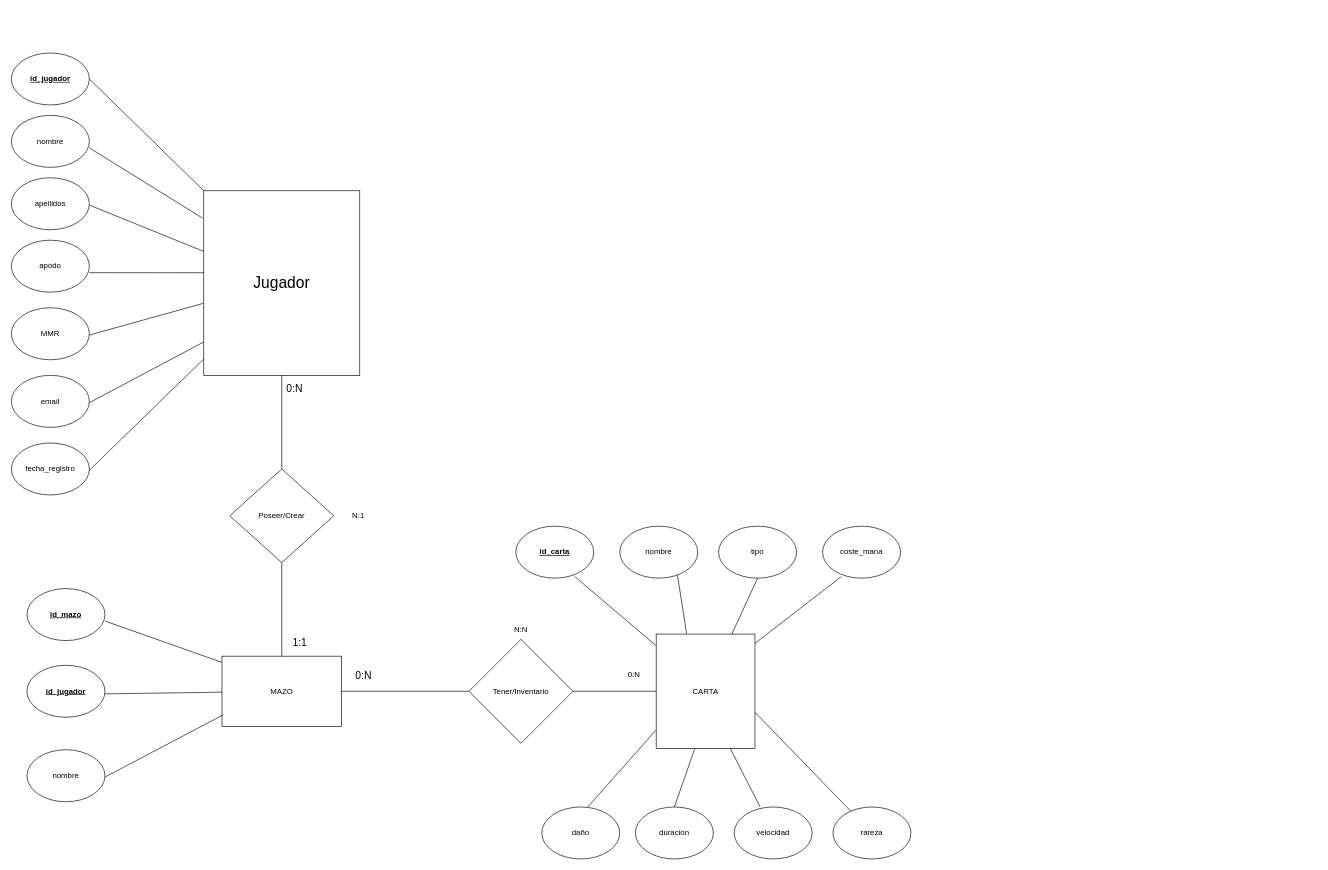
Earlier version of the draw.io diagram BD/EntidadRelacion/DiagramaProyecto.drawio (TheAnzony/ProyectoCartas). Source tidied: cells renumbered, new cells numbered last; positions are measured from the earlier drawing's top-left corner, leaving out a move shared by most shapes. Both pictures are drawn from the tidied source at 65%, with x=0, y=0 at pixel (11, 53).
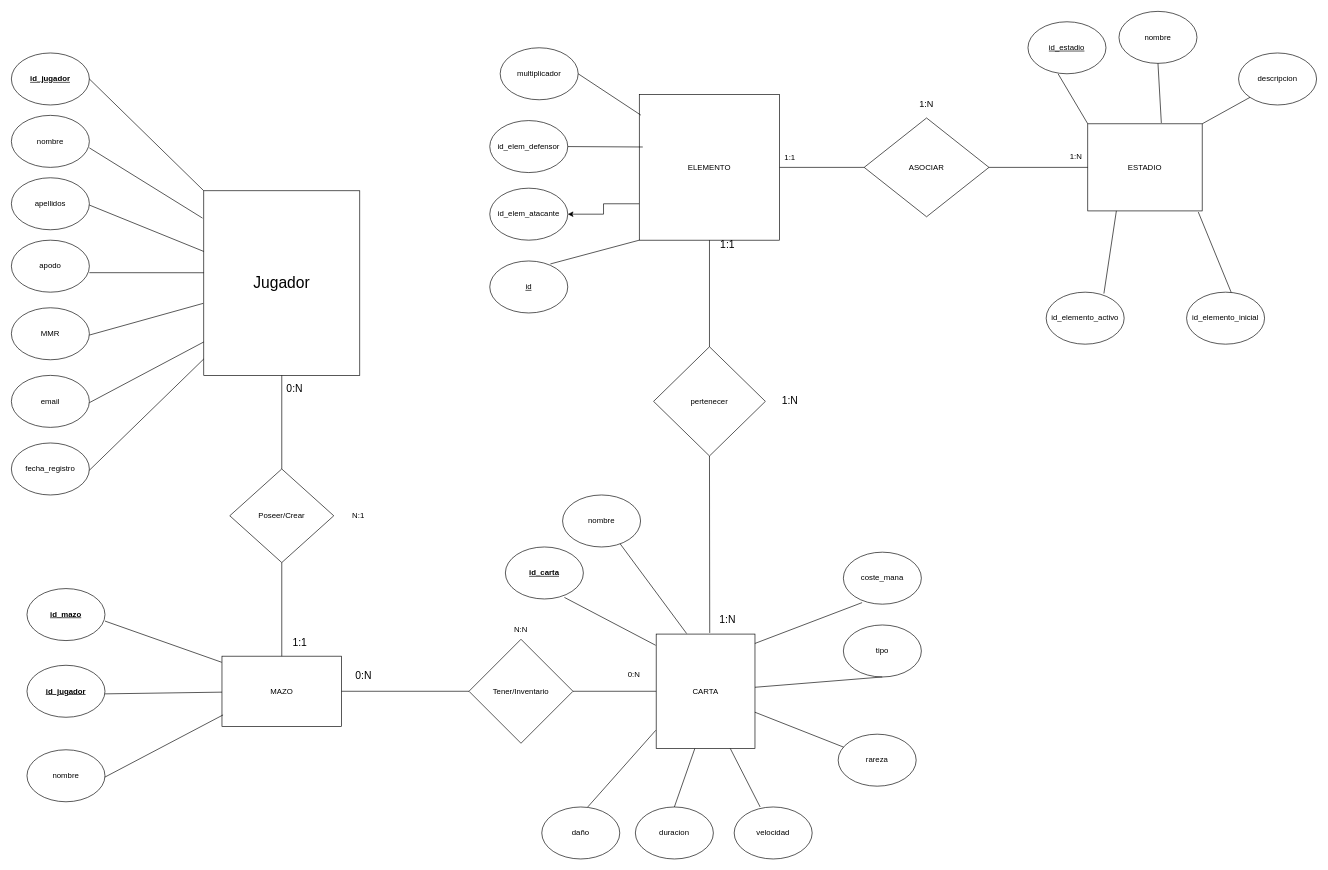
After the change.

Commit message:
Modelo Entidad Relacion modificado a falta de PARTIDA

The change refers to these unchanged cells:
```xml
<mxCell id="32" value="CARTA" style="whiteSpace=wrap;html=1;" parent="1" vertex="1">
  <mxGeometry x="992" y="894" width="152" height="176" as="geometry" />
</mxCell>
```

What changed in the source:
```diff
@@
     <mxCell id="34" value="&lt;b&gt;&lt;u&gt;id_carta&lt;/u&gt;&lt;/b&gt;" style="ellipse;whiteSpace=wrap;html=1;" parent="1" vertex="1">
-      <mxGeometry x="776" y="728" width="120" height="80" as="geometry" />
+      <mxGeometry x="760" y="760" width="120" height="80" as="geometry" />
     </mxCell>
     <mxCell id="35" value="rareza" style="ellipse;whiteSpace=wrap;html=1;" parent="1" vertex="1">
-      <mxGeometry x="1264" y="1160" width="120" height="80" as="geometry" />
+      <mxGeometry x="1272" y="1048" width="120" height="80" as="geometry" />
     </mxCell>
@@
     <mxCell id="39" value="coste_mana" style="ellipse;whiteSpace=wrap;html=1;" parent="1" vertex="1">
-      <mxGeometry x="1248" y="728" width="120" height="80" as="geometry" />
+      <mxGeometry x="1280" y="768" width="120" height="80" as="geometry" />
     </mxCell>
     <mxCell id="40" value="tipo" style="ellipse;whiteSpace=wrap;html=1;" parent="1" vertex="1">
-      <mxGeometry x="1088" y="728" width="120" height="80" as="geometry" />
+      <mxGeometry x="1280" y="880" width="120" height="80" as="geometry" />
     </mxCell>
     <mxCell id="41" value="nombre" style="ellipse;whiteSpace=wrap;html=1;" parent="1" vertex="1">
-      <mxGeometry x="936" y="728" width="120" height="80" as="geometry" />
+      <mxGeometry x="848" y="680" width="120" height="80" as="geometry" />
     </mxCell>
@@
+    <mxCell id="53" value="pertenecer" style="rhombus;whiteSpace=wrap;html=1;" parent="1" vertex="1">
+      <mxGeometry x="988" y="452" width="172" height="168" as="geometry" />
+    </mxCell>
+    <mxCell id="54" style="endArrow=none;html=1;rounded=0;entryX=0.5;entryY=1;entryDx=0;entryDy=0;exitX=0.542;exitY=-0.01;exitDx=0;exitDy=0;exitPerimeter=0;" parent="1" edge="1" source="32" target="53">
+      <mxGeometry relative="1" as="geometry" />
+    </mxCell>
+    <mxCell id="55" style="edgeStyle=orthogonalEdgeStyle;rounded=0;jettySize=auto;html=1;exitX=0;exitY=0.75;exitDx=0;exitDy=0;entryX=1;entryY=0.5;entryDx=0;entryDy=0;" parent="1" edge="1" source="56" target="70">
+      <mxGeometry relative="1" as="geometry" />
+    </mxCell>
+    <mxCell id="56" value="ELEMENTO" style="rounded=0;whiteSpace=wrap;html=1;" parent="1" vertex="1">
+      <mxGeometry x="966" y="64" width="216" height="224" as="geometry" />
+    </mxCell>
+    <mxCell id="57" style="endArrow=none;html=1;rounded=0;entryX=0.5;entryY=1;entryDx=0;entryDy=0;exitX=0.5;exitY=0;exitDx=0;exitDy=0;" parent="1" edge="1" source="53" target="56">
+      <mxGeometry relative="1" as="geometry" />
+    </mxCell>
+    <mxCell id="58" value="&lt;font style=&quot;font-size: 16px;&quot;&gt;1:1&lt;/font&gt;" style="text;html=1;whiteSpace=wrap;strokeColor=none;fillColor=none;align=center;verticalAlign=middle;rounded=0;" parent="1" vertex="1">
+      <mxGeometry x="1072" y="280" width="60" height="30" as="geometry" />
+    </mxCell>
+    <mxCell id="59" value="&lt;font style=&quot;font-size: 16px;&quot;&gt;1:N&lt;/font&gt;" style="text;html=1;whiteSpace=wrap;strokeColor=none;fillColor=none;align=center;verticalAlign=middle;rounded=0;" parent="1" vertex="1">
+      <mxGeometry x="1072" y="856" width="60" height="30" as="geometry" />
+    </mxCell>
+    <mxCell id="60" value="&lt;font style=&quot;font-size: 16px;&quot;&gt;1:N&lt;/font&gt;" style="text;html=1;whiteSpace=wrap;strokeColor=none;fillColor=none;align=center;verticalAlign=middle;rounded=0;" parent="1" vertex="1">
+      <mxGeometry x="1168" y="520" width="60" height="30" as="geometry" />
+    </mxCell>
+    <mxCell id="61" value="ESTADIO" style="rounded=0;whiteSpace=wrap;html=1;" parent="1" vertex="1">
+      <mxGeometry x="1656" y="109" width="176" height="134" as="geometry" />
+    </mxCell>
+    <mxCell id="62" style="edgeStyle=orthogonalEdgeStyle;rounded=0;orthogonalLoop=1;jettySize=auto;html=1;exitX=0.5;exitY=1;exitDx=0;exitDy=0;" parent="1" edge="1" source="61" target="61">
+      <mxGeometry relative="1" as="geometry" />
+    </mxCell>
+    <mxCell id="63" value="&lt;u&gt;id_estadio&lt;/u&gt;" style="ellipse;whiteSpace=wrap;html=1;" parent="1" vertex="1">
+      <mxGeometry x="1564" y="-48" width="120" height="80" as="geometry" />
+    </mxCell>
+    <mxCell id="64" value="id_elemento_inicial" style="ellipse;whiteSpace=wrap;html=1;" parent="1" vertex="1">
+      <mxGeometry x="1808" y="368" width="120" height="80" as="geometry" />
+    </mxCell>
+    <mxCell id="65" value="nombre" style="ellipse;whiteSpace=wrap;html=1;" parent="1" vertex="1">
+      <mxGeometry x="1704" y="-64" width="120" height="80" as="geometry" />
+    </mxCell>
+    <mxCell id="66" value="descripcion" style="ellipse;whiteSpace=wrap;html=1;" parent="1" vertex="1">
+      <mxGeometry x="1888" width="120" height="80" as="geometry" />
+    </mxCell>
+    <mxCell id="67" value="id_elemento_activo" style="ellipse;whiteSpace=wrap;html=1;" parent="1" vertex="1">
+      <mxGeometry x="1592" y="368" width="120" height="80" as="geometry" />
+    </mxCell>
+    <mxCell id="68" value="&lt;font&gt;&lt;u&gt;id&lt;/u&gt;&lt;/font&gt;" style="ellipse;whiteSpace=wrap;html=1;" parent="1" vertex="1">
+      <mxGeometry x="736" y="320" width="120" height="80" as="geometry" />
+    </mxCell>
+    <mxCell id="69" style="endArrow=none;html=1;rounded=0;exitX=0;exitY=1;exitDx=0;exitDy=0;entryX=0.777;entryY=0.057;entryDx=0;entryDy=0;entryPerimeter=0;" parent="1" edge="1" source="56" target="68">
+      <mxGeometry relative="1" as="geometry" />
+    </mxCell>
+    <mxCell id="70" value="id_elem_atacante" style="ellipse;whiteSpace=wrap;html=1;" parent="1" vertex="1">
+      <mxGeometry x="736" y="208" width="120" height="80" as="geometry" />
+    </mxCell>
+    <mxCell id="71" value="id_elem_defensor" style="ellipse;whiteSpace=wrap;html=1;" parent="1" vertex="1">
+      <mxGeometry x="736" y="104" width="120" height="80" as="geometry" />
+    </mxCell>
+    <mxCell id="72" value="multiplicador" style="ellipse;whiteSpace=wrap;html=1;" parent="1" vertex="1">
+      <mxGeometry x="752" y="-8" width="120" height="80" as="geometry" />
+    </mxCell>
+    <mxCell id="73" style="endArrow=none;html=1;rounded=0;exitX=1;exitY=0.5;exitDx=0;exitDy=0;entryX=0.025;entryY=0.36;entryDx=0;entryDy=0;entryPerimeter=0;" parent="1" edge="1" source="71" target="56">
+      <mxGeometry relative="1" as="geometry" />
+    </mxCell>
+    <mxCell id="74" style="endArrow=none;html=1;rounded=0;exitX=1;exitY=0.5;exitDx=0;exitDy=0;entryX=0.011;entryY=0.141;entryDx=0;entryDy=0;entryPerimeter=0;" parent="1" edge="1" source="72" target="56">
+      <mxGeometry relative="1" as="geometry" />
+    </mxCell>
+    <mxCell id="75" style="endArrow=none;html=1;rounded=0;entryX=0;entryY=0;entryDx=0;entryDy=0;exitX=0.387;exitY=1.003;exitDx=0;exitDy=0;exitPerimeter=0;" parent="1" edge="1" source="63" target="61">
+      <mxGeometry relative="1" as="geometry" />
+    </mxCell>
+    <mxCell id="76" value="ASOCIAR" style="rhombus;whiteSpace=wrap;html=1;rotation=0;" parent="1" vertex="1">
+      <mxGeometry x="1312" y="100" width="192" height="152" as="geometry" />
+    </mxCell>
+    <mxCell id="77" style="endArrow=none;html=1;rounded=0;exitX=1;exitY=0.5;exitDx=0;exitDy=0;entryX=0;entryY=0.5;entryDx=0;entryDy=0;" parent="1" edge="1" source="56" target="76">
+      <mxGeometry relative="1" as="geometry" />
+    </mxCell>
+    <mxCell id="78" style="endArrow=none;html=1;rounded=0;entryX=1;entryY=0.5;entryDx=0;entryDy=0;exitX=0;exitY=0.5;exitDx=0;exitDy=0;" parent="1" edge="1" source="61" target="76">
+      <mxGeometry relative="1" as="geometry" />
+    </mxCell>
+    <mxCell id="79" style="endArrow=none;html=1;rounded=0;exitX=0.643;exitY=-0.01;exitDx=0;exitDy=0;exitPerimeter=0;entryX=0.5;entryY=1;entryDx=0;entryDy=0;" parent="1" edge="1" source="61" target="65">
+      <mxGeometry relative="1" as="geometry" />
+    </mxCell>
+    <mxCell id="80" style="endArrow=none;html=1;rounded=0;entryX=0;entryY=1;entryDx=0;entryDy=0;exitX=1;exitY=0;exitDx=0;exitDy=0;" parent="1" edge="1" source="61" target="66">
+      <mxGeometry relative="1" as="geometry" />
+    </mxCell>
+    <mxCell id="81" style="endArrow=none;html=1;rounded=0;exitX=0.74;exitY=0.026;exitDx=0;exitDy=0;exitPerimeter=0;entryX=0.25;entryY=1;entryDx=0;entryDy=0;" parent="1" edge="1" source="67" target="61">
+      <mxGeometry relative="1" as="geometry" />
+    </mxCell>
+    <mxCell id="82" style="endArrow=none;html=1;rounded=0;exitX=0.572;exitY=0.004;exitDx=0;exitDy=0;exitPerimeter=0;entryX=0.966;entryY=1.013;entryDx=0;entryDy=0;entryPerimeter=0;" parent="1" edge="1" source="64" target="61">
+      <mxGeometry relative="1" as="geometry" />
+    </mxCell>
+    <mxCell id="83" value="1:1" style="text;html=1;whiteSpace=wrap;strokeColor=none;fillColor=none;align=center;verticalAlign=middle;rounded=0;" parent="1" vertex="1">
+      <mxGeometry x="1168" y="146" width="60" height="30" as="geometry" />
+    </mxCell>
+    <mxCell id="84" value="1:N" style="text;html=1;whiteSpace=wrap;strokeColor=none;fillColor=none;align=center;verticalAlign=middle;rounded=0;" parent="1" vertex="1">
+      <mxGeometry x="1608" y="144" width="60" height="30" as="geometry" />
+    </mxCell>
+    <mxCell id="85" value="&lt;font style=&quot;font-size: 14px;&quot;&gt;1:N&lt;/font&gt;" style="text;html=1;whiteSpace=wrap;strokeColor=none;fillColor=none;align=center;verticalAlign=middle;rounded=0;strokeWidth=3;" parent="1" vertex="1">
+      <mxGeometry x="1378" y="64" width="60" height="30" as="geometry" />
+    </mxCell>
```
